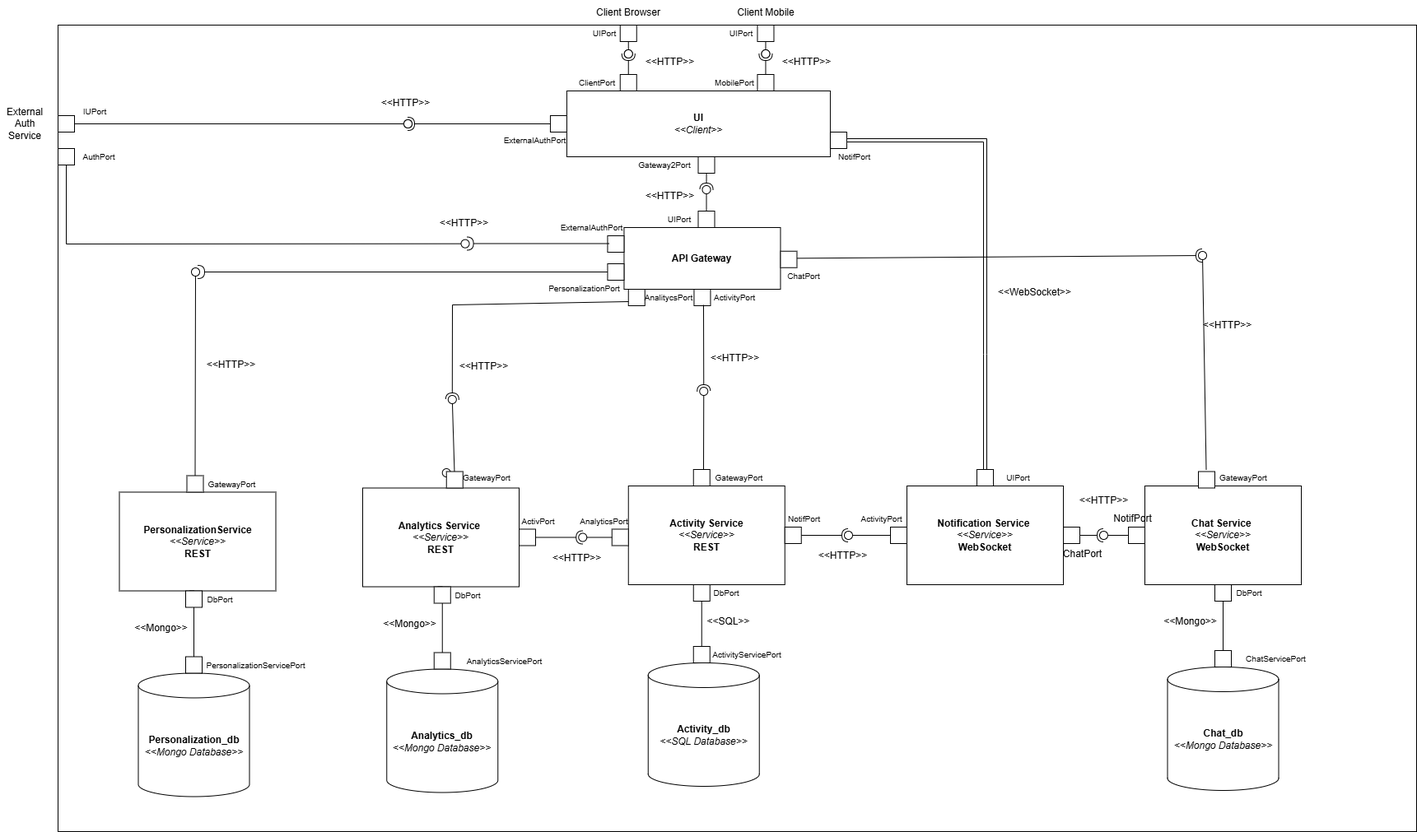
Above: project/3e/ProyectoPlanio/images/ArchitecturePlanio.png in unal-sw-arch/swarch-2026i (draw.io), before the change. Source tidied: cells renumbered, new cells last; positions are measured from the earlier drawing's top-left corner, leaving out a move shared by most shapes.
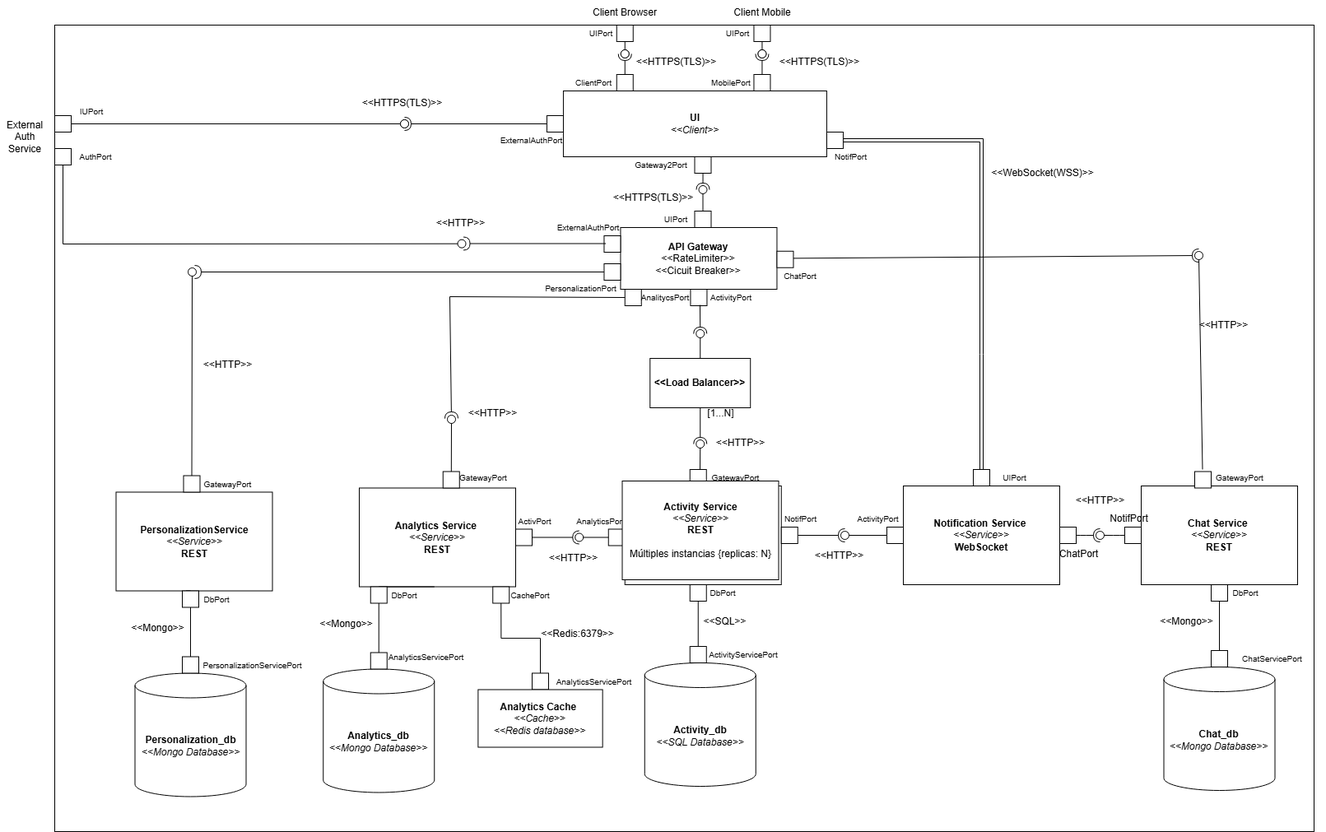
Above is the later version.

The edit, as a diff of the source:
```diff
@@ -4,4 +4,4 @@
     <mxCell id="1" parent="0" />
-    <mxCell id="2" style="rounded=0;whiteSpace=wrap;html=1;labelBackgroundColor=none;" parent="1" vertex="1">
-      <mxGeometry x="70" y="30" width="1650" height="980" as="geometry" />
+    <mxCell id="2" value="&amp;nbsp; " style="rounded=0;whiteSpace=wrap;html=1;labelBackgroundColor=none;" parent="1" vertex="1">
+      <mxGeometry x="70" y="30" width="1530" height="980" as="geometry" />
     </mxCell>
@@ -10,3 +10,3 @@
     </mxCell>
-    <mxCell id="4" value="&lt;b&gt;Activity Service&lt;/b&gt;&lt;br&gt;&lt;div&gt;&lt;i&gt;&amp;lt;&amp;lt;Service&amp;gt;&amp;gt;&lt;/i&gt;&lt;/div&gt;&lt;div&gt;&lt;b style=&quot;background-color: transparent; color: light-dark(rgb(0, 0, 0), rgb(255, 255, 255));&quot;&gt;REST&lt;/b&gt;&lt;/div&gt;" style="rounded=0;whiteSpace=wrap;html=1;labelBackgroundColor=none;" parent="1" vertex="1">
+    <mxCell id="4" value="&lt;b&gt;Activity Service&lt;/b&gt;&lt;br&gt;&lt;div&gt;&lt;i&gt;&amp;lt;&amp;lt;Service&amp;gt;&amp;gt;&lt;/i&gt;&lt;/div&gt;&lt;div&gt;&lt;b style=&quot;background-color: transparent; color: light-dark(rgb(0, 0, 0), rgb(255, 255, 255));&quot;&gt;REST&lt;/b&gt;&lt;/div&gt;&lt;div&gt;&lt;b style=&quot;background-color: transparent; color: light-dark(rgb(0, 0, 0), rgb(255, 255, 255));&quot;&gt;&lt;br&gt;&lt;/b&gt;&lt;/div&gt;&lt;div&gt;Múltiples instancias {replicas: N}&lt;b style=&quot;background-color: transparent; color: light-dark(rgb(0, 0, 0), rgb(255, 255, 255));&quot;&gt;&lt;/b&gt;&lt;/div&gt;" style="rounded=0;whiteSpace=wrap;html=1;labelBackgroundColor=none;" parent="1" vertex="1">
       <mxGeometry x="762.8" y="590" width="190" height="120" as="geometry" />
@@ -42,3 +42,3 @@
     </mxCell>
-    <mxCell id="14" value="&lt;div&gt;&lt;b style=&quot;background-color: transparent; color: light-dark(rgb(0, 0, 0), rgb(255, 255, 255));&quot;&gt;API Gateway&lt;/b&gt;&lt;/div&gt;" style="rounded=0;whiteSpace=wrap;html=1;labelBackgroundColor=none;" parent="1" vertex="1">
+    <mxCell id="14" value="&lt;div&gt;&lt;b style=&quot;background-color: transparent; color: light-dark(rgb(0, 0, 0), rgb(255, 255, 255));&quot;&gt;API Gateway&lt;/b&gt;&lt;/div&gt;&lt;div&gt;&amp;lt;&amp;lt;RateLimiter&amp;gt;&amp;gt;&lt;/div&gt;&lt;div&gt;&amp;lt;&amp;lt;Cicuit Breaker&amp;gt;&amp;gt;&lt;/div&gt;" style="rounded=0;whiteSpace=wrap;html=1;labelBackgroundColor=none;" parent="1" vertex="1">
       <mxGeometry x="757.5" y="276" width="190" height="75" as="geometry" />
@@ -105,4 +105,4 @@
     </mxCell>
-    <mxCell id="32" value="&amp;lt;&amp;lt;WebSocket&amp;gt;&amp;gt;" style="text;html=1;align=center;verticalAlign=middle;strokeColor=none;fillColor=none;labelBackgroundColor=none;" parent="1" vertex="1">
-      <mxGeometry x="1201" y="340" width="110" height="30" as="geometry" />
+    <mxCell id="32" value="&amp;lt;&amp;lt;WebSocket(WSS)&amp;gt;&amp;gt;" style="text;html=1;align=center;verticalAlign=middle;strokeColor=none;fillColor=none;labelBackgroundColor=none;" parent="1" vertex="1">
+      <mxGeometry x="1195" y="195" width="150" height="30" as="geometry" />
     </mxCell>
@@ -114,4 +114,4 @@
     </mxCell>
-    <mxCell id="35" value="&amp;lt;&amp;lt;HTTP&amp;gt;&amp;gt;" style="text;html=1;align=center;verticalAlign=middle;strokeColor=none;fillColor=none;labelBackgroundColor=none;" parent="1" vertex="1">
-      <mxGeometry x="772.5" y="222.5" width="80" height="30" as="geometry" />
+    <mxCell id="35" value="&amp;lt;&amp;lt;HTTPS(TLS)&amp;gt;&amp;gt;" style="text;html=1;align=center;verticalAlign=middle;strokeColor=none;fillColor=none;labelBackgroundColor=none;" parent="1" vertex="1">
+      <mxGeometry x="737.5" y="225" width="120" height="30" as="geometry" />
     </mxCell>
@@ -141,3 +141,3 @@
     <mxCell id="41" value="&amp;lt;&amp;lt;HTTP&amp;gt;&amp;gt;" style="text;html=1;align=center;verticalAlign=middle;strokeColor=none;fillColor=none;labelBackgroundColor=none;" parent="1" vertex="1">
-      <mxGeometry x="852" y="420" width="80" height="30" as="geometry" />
+      <mxGeometry x="863" y="522.5" width="80" height="30" as="geometry" />
     </mxCell>
@@ -147,3 +147,3 @@
     <mxCell id="43" value="External Auth Service" style="text;html=1;whiteSpace=wrap;strokeColor=none;fillColor=none;align=center;verticalAlign=middle;rounded=0;labelBackgroundColor=none;" parent="1" vertex="1">
-      <mxGeometry y="135" width="60" height="30" as="geometry" />
+      <mxGeometry x="4" y="151" width="60" height="30" as="geometry" />
     </mxCell>
@@ -176,9 +176,7 @@
     </mxCell>
-    <mxCell id="53" value="&amp;lt;&amp;lt;HTTP&amp;gt;&amp;gt;" style="text;html=1;align=center;verticalAlign=middle;strokeColor=none;fillColor=none;labelBackgroundColor=none;" parent="1" vertex="1">
-      <mxGeometry x="451.5" y="110" width="80" height="30" as="geometry" />
+    <mxCell id="53" value="&amp;lt;&amp;lt;HTTPS(TLS)&amp;gt;&amp;gt;" style="text;html=1;align=center;verticalAlign=middle;strokeColor=none;fillColor=none;labelBackgroundColor=none;" parent="1" vertex="1">
+      <mxGeometry x="431.5" y="110" width="120" height="30" as="geometry" />
     </mxCell>
-    <mxCell id="54" style="rounded=0;jettySize=auto;html=1;endArrow=halfCircle;endFill=0;endSize=6;strokeWidth=1;exitX=0.487;exitY=0.95;exitDx=0;exitDy=0;exitPerimeter=0;labelBackgroundColor=none;fontColor=default;" parent="1" edge="1" target="56">
-      <mxGeometry relative="1" as="geometry">
-        <mxPoint x="854" y="370" as="sourcePoint" />
-      </mxGeometry>
+    <mxCell id="54" style="rounded=0;jettySize=auto;html=1;endArrow=halfCircle;endFill=0;endSize=6;strokeWidth=1;exitX=0.553;exitY=0.968;exitDx=0;exitDy=0;exitPerimeter=0;labelBackgroundColor=none;fontColor=default;" parent="1" edge="1" source="153" target="56">
+      <mxGeometry relative="1" as="geometry" />
     </mxCell>
@@ -190,3 +188,3 @@
     <mxCell id="56" style="ellipse;whiteSpace=wrap;html=1;align=center;fillColor=none;strokeColor=none;perimeter=centerPerimeter;points=[];outlineConnect=1;labelBackgroundColor=none;" parent="1" vertex="1">
-      <mxGeometry x="849.2" y="470" width="10" height="10" as="geometry" />
+      <mxGeometry x="849.2" y="534" width="10" height="10" as="geometry" />
     </mxCell>
@@ -229,4 +227,4 @@
     </mxCell>
-    <mxCell id="67" value="&amp;lt;&amp;lt;HTTP&amp;gt;&amp;gt;" style="text;html=1;align=center;verticalAlign=middle;strokeColor=none;fillColor=none;labelBackgroundColor=none;" parent="1" vertex="1">
-      <mxGeometry x="772.8" y="60" width="80" height="30" as="geometry" />
+    <mxCell id="67" value="&amp;lt;&amp;lt;HTTPS(TLS)&amp;gt;&amp;gt;" style="text;html=1;align=center;verticalAlign=middle;strokeColor=none;fillColor=none;labelBackgroundColor=none;" parent="1" vertex="1">
+      <mxGeometry x="765" y="60" width="120" height="30" as="geometry" />
     </mxCell>
@@ -324,4 +322,4 @@
     </mxCell>
-    <mxCell id="96" value="&amp;lt;&amp;lt;HTTP&amp;gt;&amp;gt;" style="text;html=1;align=center;verticalAlign=middle;strokeColor=none;fillColor=none;labelBackgroundColor=none;" parent="1" vertex="1">
-      <mxGeometry x="939.5" y="60" width="80" height="30" as="geometry" />
+    <mxCell id="96" value="&amp;lt;&amp;lt;HTTPS(TLS)&amp;gt;&amp;gt;" style="text;html=1;align=center;verticalAlign=middle;strokeColor=none;fillColor=none;labelBackgroundColor=none;" parent="1" vertex="1">
+      <mxGeometry x="939.5" y="60" width="120" height="30" as="geometry" />
     </mxCell>
@@ -336,3 +334,3 @@
     </mxCell>
-    <mxCell id="100" value="&lt;div&gt;&lt;b&gt;Chat Service&amp;nbsp;&lt;/b&gt;&lt;/div&gt;&lt;div&gt;&lt;i&gt;&amp;lt;&amp;lt;Service&amp;gt;&amp;gt;&lt;/i&gt;&lt;/div&gt;&lt;div&gt;&lt;b&gt;WebSocket&lt;/b&gt;&lt;/div&gt;" style="rounded=0;whiteSpace=wrap;html=1;labelBackgroundColor=none;" parent="1" vertex="1">
+    <mxCell id="100" value="&lt;div&gt;&lt;b&gt;Chat Service&amp;nbsp;&lt;/b&gt;&lt;/div&gt;&lt;div&gt;&lt;i&gt;&amp;lt;&amp;lt;Service&amp;gt;&amp;gt;&lt;/i&gt;&lt;/div&gt;&lt;div&gt;&lt;b&gt;REST&lt;/b&gt;&lt;/div&gt;" style="rounded=0;whiteSpace=wrap;html=1;labelBackgroundColor=none;" parent="1" vertex="1">
       <mxGeometry x="1390" y="590" width="190" height="120" as="geometry" />
@@ -368,6 +366,6 @@
     <mxCell id="109" value="&lt;div&gt;&lt;b&gt;Analytics_db&lt;/b&gt;&lt;/div&gt;&lt;div&gt;&lt;i&gt;&amp;lt;&amp;lt;Mongo Database&amp;gt;&amp;gt;&lt;/i&gt;&lt;/div&gt;" style="shape=cylinder3;whiteSpace=wrap;html=1;boundedLbl=1;backgroundOutline=1;size=15;labelBackgroundColor=none;" parent="1" vertex="1">
-      <mxGeometry x="469.2" y="812.5" width="135" height="150" as="geometry" />
+      <mxGeometry x="396.2" y="812.5" width="135" height="150" as="geometry" />
     </mxCell>
     <mxCell id="110" style="whiteSpace=wrap;html=1;labelBackgroundColor=none;" parent="1" vertex="1">
-      <mxGeometry x="526.8" y="792.5" width="20" height="20" as="geometry" />
+      <mxGeometry x="453.8" y="792.5" width="20" height="20" as="geometry" />
     </mxCell>
@@ -379,3 +377,3 @@
     <mxCell id="112" value="&amp;lt;&amp;lt;Mongo&amp;gt;&amp;gt;" style="text;html=1;align=center;verticalAlign=middle;strokeColor=none;fillColor=none;labelBackgroundColor=none;" parent="1" vertex="1">
-      <mxGeometry x="451.8" y="742.5" width="90" height="30" as="geometry" />
+      <mxGeometry x="378.8" y="742.5" width="90" height="30" as="geometry" />
     </mxCell>
@@ -385,9 +383,9 @@
     <mxCell id="114" style="whiteSpace=wrap;html=1;labelBackgroundColor=none;" parent="1" vertex="1">
-      <mxGeometry x="526.8" y="712.5" width="20" height="20" as="geometry" />
+      <mxGeometry x="453.8" y="712.5" width="20" height="20" as="geometry" />
     </mxCell>
     <mxCell id="115" value="&lt;font style=&quot;font-size: 10px;&quot;&gt;DbPort&lt;/font&gt;" style="text;html=1;whiteSpace=wrap;strokeColor=none;fillColor=none;align=center;verticalAlign=middle;rounded=0;labelBackgroundColor=none;" parent="1" vertex="1">
-      <mxGeometry x="548.2" y="712.5" width="40" height="20" as="geometry" />
+      <mxGeometry x="475.2" y="712.5" width="40" height="20" as="geometry" />
     </mxCell>
     <mxCell id="116" value="&lt;font style=&quot;font-size: 10px;&quot;&gt;AnalyticsServicePort&lt;/font&gt;" style="text;html=1;whiteSpace=wrap;strokeColor=none;fillColor=none;align=center;verticalAlign=middle;rounded=0;labelBackgroundColor=none;" parent="1" vertex="1">
-      <mxGeometry x="546.8" y="792.5" width="130.5" height="20" as="geometry" />
+      <mxGeometry x="463" y="790" width="117" height="15" as="geometry" />
     </mxCell>
@@ -461,9 +459,9 @@
     <mxCell id="137" value="&amp;lt;&amp;lt;HTTP&amp;gt;&amp;gt;" style="text;html=1;align=center;verticalAlign=middle;strokeColor=none;fillColor=none;labelBackgroundColor=none;" parent="1" vertex="1">
-      <mxGeometry x="546.8" y="430" width="80" height="30" as="geometry" />
+      <mxGeometry x="561.8" y="487" width="80" height="30" as="geometry" />
     </mxCell>
-    <mxCell id="138" style="rounded=0;jettySize=auto;html=1;endArrow=halfCircle;endFill=0;endSize=6;strokeWidth=1;exitX=0;exitY=0.75;exitDx=0;exitDy=0;labelBackgroundColor=none;fontColor=default;" parent="1" edge="1" source="135">
+    <mxCell id="138" style="rounded=0;jettySize=auto;html=1;endArrow=halfCircle;endFill=0;endSize=6;strokeWidth=1;labelBackgroundColor=none;fontColor=default;exitX=0;exitY=0.5;exitDx=0;exitDy=0;" parent="1" edge="1" source="135">
       <mxGeometry relative="1" as="geometry">
-        <mxPoint x="548.8" y="485" as="targetPoint" />
+        <mxPoint x="552" y="508" as="targetPoint" />
         <Array as="points">
-          <mxPoint x="549" y="370" />
+          <mxPoint x="550" y="360" />
         </Array>
@@ -471,12 +469,8 @@
     </mxCell>
-    <mxCell id="139" style="rounded=0;jettySize=auto;html=1;endArrow=oval;endFill=0;sourcePerimeterSpacing=0;targetPerimeterSpacing=0;endSize=10;labelBackgroundColor=none;fontColor=default;" parent="1" edge="1" source="141">
+    <mxCell id="139" style="rounded=0;orthogonalLoop=1;jettySize=auto;html=1;endArrow=oval;endFill=0;sourcePerimeterSpacing=0;targetPerimeterSpacing=0;endSize=10;labelBackgroundColor=none;fontColor=default;" parent="1" edge="1">
       <mxGeometry relative="1" as="geometry">
-        <mxPoint x="548.8" y="485" as="targetPoint" />
+        <mxPoint x="551.8" y="591.5" as="sourcePoint" />
+        <mxPoint x="552" y="509" as="targetPoint" />
       </mxGeometry>
     </mxCell>
-    <mxCell id="140" style="rounded=0;jettySize=auto;html=1;endArrow=oval;endFill=0;sourcePerimeterSpacing=0;targetPerimeterSpacing=0;endSize=10;labelBackgroundColor=none;fontColor=default;" parent="1" edge="1" target="141">
-      <mxGeometry relative="1" as="geometry">
-        <mxPoint x="548.8" y="580" as="sourcePoint" />
-      </mxGeometry>
-    </mxCell>
     <mxCell id="141" style="whiteSpace=wrap;html=1;labelBackgroundColor=none;" parent="1" vertex="1">
@@ -513,2 +507,51 @@
     </mxCell>
+    <mxCell id="150" value="&lt;div&gt;&lt;b&gt;&amp;lt;&amp;lt;Load Balancer&amp;gt;&amp;gt;&lt;/b&gt;&lt;/div&gt;" style="rounded=0;whiteSpace=wrap;html=1;labelBackgroundColor=none;" parent="1" vertex="1">
+      <mxGeometry x="793.3" y="435" width="122" height="60" as="geometry" />
+    </mxCell>
+    <mxCell id="151" style="rounded=0;jettySize=auto;html=1;endArrow=halfCircle;endFill=0;endSize=6;strokeWidth=1;exitX=0.487;exitY=0.95;exitDx=0;exitDy=0;exitPerimeter=0;labelBackgroundColor=none;fontColor=default;" parent="1" edge="1" source="153">
+      <mxGeometry relative="1" as="geometry">
+        <mxPoint x="854.2" y="405" as="targetPoint" />
+      </mxGeometry>
+    </mxCell>
+    <mxCell id="152" style="rounded=0;jettySize=auto;html=1;endArrow=halfCircle;endFill=0;endSize=6;strokeWidth=1;exitX=0.487;exitY=0.95;exitDx=0;exitDy=0;exitPerimeter=0;labelBackgroundColor=none;fontColor=default;" parent="1" edge="1" target="153">
+      <mxGeometry relative="1" as="geometry">
+        <mxPoint x="854" y="370" as="sourcePoint" />
+      </mxGeometry>
+    </mxCell>
+    <mxCell id="153" style="ellipse;whiteSpace=wrap;html=1;align=center;fillColor=default;strokeColor=default;perimeter=centerPerimeter;points=[];outlineConnect=1;labelBackgroundColor=none;" parent="1" vertex="1">
+      <mxGeometry x="849.2" y="400" width="10" height="10" as="geometry" />
+    </mxCell>
+    <mxCell id="154" value="[1...N]" style="text;html=1;whiteSpace=wrap;strokeColor=none;fillColor=none;align=center;verticalAlign=middle;rounded=0;labelBackgroundColor=none;" parent="1" vertex="1">
+      <mxGeometry x="845" y="492" width="69" height="20" as="geometry" />
+    </mxCell>
+    <mxCell id="155" value="&lt;b&gt;Activity Service&lt;/b&gt;&lt;br&gt;&lt;div&gt;&lt;i&gt;&amp;lt;&amp;lt;Service&amp;gt;&amp;gt;&lt;/i&gt;&lt;/div&gt;&lt;div&gt;&lt;b style=&quot;background-color: transparent; color: light-dark(rgb(0, 0, 0), rgb(255, 255, 255));&quot;&gt;REST&lt;/b&gt;&lt;/div&gt;&lt;div&gt;&lt;b style=&quot;background-color: transparent; color: light-dark(rgb(0, 0, 0), rgb(255, 255, 255));&quot;&gt;&lt;br&gt;&lt;/b&gt;&lt;/div&gt;&lt;div&gt;Múltiples instancias {replicas: N}&lt;b style=&quot;background-color: transparent; color: light-dark(rgb(0, 0, 0), rgb(255, 255, 255));&quot;&gt;&lt;/b&gt;&lt;/div&gt;" style="rounded=0;whiteSpace=wrap;html=1;labelBackgroundColor=none;" parent="1" vertex="1">
+      <mxGeometry x="759.5" y="584" width="190" height="120" as="geometry" />
+    </mxCell>
+    <mxCell id="156" style="endArrow=none;html=1;rounded=0;entryX=0.954;entryY=1.024;entryDx=0;entryDy=0;entryPerimeter=0;" parent="1" edge="1">
+      <mxGeometry relative="1" as="geometry">
+        <mxPoint x="1042.9" y="420.3" as="sourcePoint" />
+        <mxPoint x="1042" y="420.5" as="targetPoint" />
+      </mxGeometry>
+    </mxCell>
+    <mxCell id="157" style="whiteSpace=wrap;html=1;labelBackgroundColor=none;" parent="1" vertex="1">
+      <mxGeometry x="650" y="817.5" width="20" height="20" as="geometry" />
+    </mxCell>
+    <mxCell id="158" value="&amp;lt;&amp;lt;Redis:6379&amp;gt;&amp;gt;" style="text;html=1;align=center;verticalAlign=middle;strokeColor=none;fillColor=none;labelBackgroundColor=none;" parent="1" vertex="1">
+      <mxGeometry x="650" y="755" width="110" height="30" as="geometry" />
+    </mxCell>
+    <mxCell id="159" style="endArrow=none;html=1;rounded=0;entryX=0.5;entryY=1;entryDx=0;entryDy=0;exitX=0.5;exitY=0;exitDx=0;exitDy=0;labelBackgroundColor=none;fontColor=default;edgeStyle=orthogonalEdgeStyle;" parent="1" edge="1" source="157" target="160">
+      <mxGeometry relative="1" as="geometry" />
+    </mxCell>
+    <mxCell id="160" style="whiteSpace=wrap;html=1;labelBackgroundColor=none;" parent="1" vertex="1">
+      <mxGeometry x="602.2" y="712.5" width="20" height="20" as="geometry" />
+    </mxCell>
+    <mxCell id="161" value="&lt;font style=&quot;font-size: 10px;&quot;&gt;CachePort&lt;/font&gt;" style="text;html=1;whiteSpace=wrap;strokeColor=none;fillColor=none;align=center;verticalAlign=middle;rounded=0;labelBackgroundColor=none;" parent="1" vertex="1">
+      <mxGeometry x="628" y="712.5" width="40" height="20" as="geometry" />
+    </mxCell>
+    <mxCell id="162" value="&lt;font style=&quot;font-size: 10px;&quot;&gt;AnalyticsServicePort&lt;/font&gt;" style="text;html=1;whiteSpace=wrap;strokeColor=none;fillColor=none;align=center;verticalAlign=middle;rounded=0;labelBackgroundColor=none;" parent="1" vertex="1">
+      <mxGeometry x="659.8" y="817.5" width="130.5" height="20" as="geometry" />
+    </mxCell>
+    <mxCell id="163" value="&lt;div&gt;&lt;b&gt;Analytics Cache&amp;nbsp;&lt;/b&gt;&lt;/div&gt;&lt;div&gt;&lt;i&gt;&amp;lt;&amp;lt;Cache&amp;gt;&amp;gt;&lt;/i&gt;&lt;/div&gt;&lt;div&gt;&lt;i&gt;&amp;lt;&amp;lt;Redis database&amp;gt;&amp;gt;&lt;/i&gt;&lt;/div&gt;" style="rounded=0;whiteSpace=wrap;html=1;labelBackgroundColor=none;" parent="1" vertex="1">
+      <mxGeometry x="584.4" y="837.5" width="151.2" height="70" as="geometry" />
+    </mxCell>
   </root>
```
